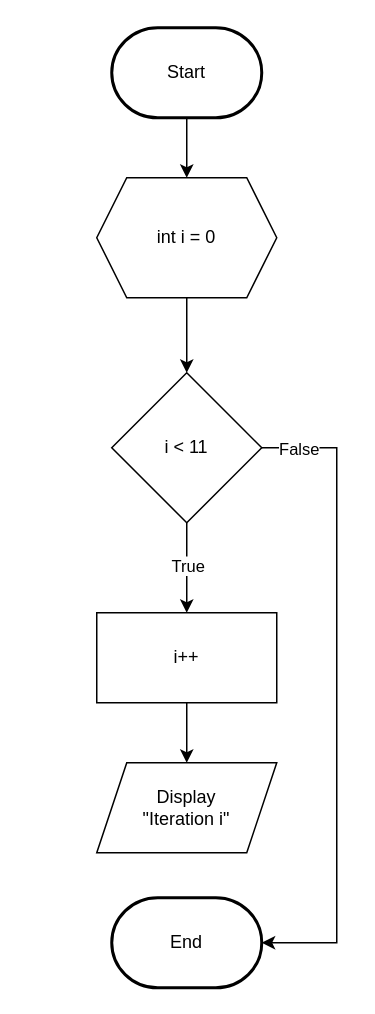
Earlier version of the draw.io diagram page "For" (4 of 6) of Flowchart_PendaModul2.drawio (elikawicaksana/BuildIT_BasisData). Source tidied: cells renumbered, new cells numbered last; positions are measured from the earlier drawing's top-left corner, leaving out a move shared by most shapes. Both pictures are drawn from the tidied source at 150%, with x=0, y=0 at pixel (96, 27).
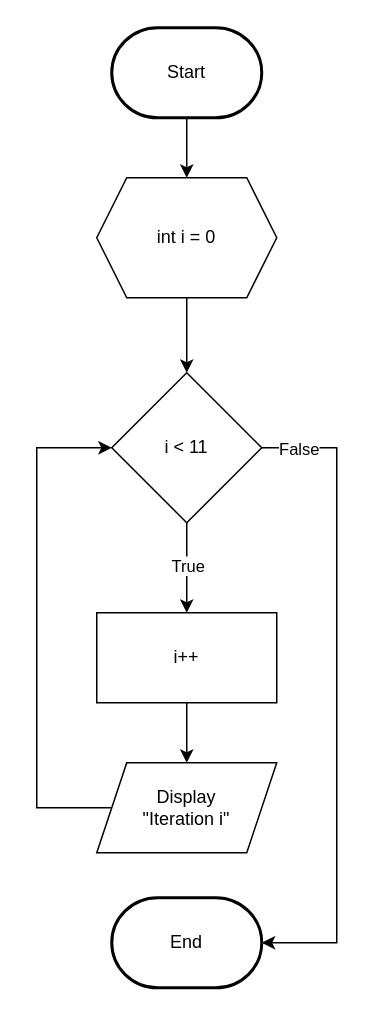
After the change.

What changed in the source:
```diff
@@
 <mxGraphModel>
   <root>
     <mxCell id="0" />
     <mxCell id="1" parent="0" />
     <mxCell id="2" style="edgeStyle=orthogonalEdgeStyle;rounded=0;jettySize=auto;html=1;entryX=0.5;entryY=0;entryDx=0;entryDy=0;" parent="1" edge="1" source="3" target="6">
       <mxGeometry relative="1" as="geometry" />
     </mxCell>
     <mxCell id="3" value="Start" style="strokeWidth=2;html=1;shape=mxgraph.flowchart.terminator;whiteSpace=wrap;" parent="1" vertex="1">
       <mxGeometry x="10" width="100" height="60" as="geometry" />
     </mxCell>
     <mxCell id="4" value="End" style="strokeWidth=2;html=1;shape=mxgraph.flowchart.terminator;whiteSpace=wrap;" parent="1" vertex="1">
       <mxGeometry x="10" y="580" width="100" height="60" as="geometry" />
     </mxCell>
     <mxCell id="5" style="edgeStyle=orthogonalEdgeStyle;rounded=0;jettySize=auto;html=1;entryX=0.5;entryY=0;entryDx=0;entryDy=0;" parent="1" edge="1" source="6" target="9">
       <mxGeometry relative="1" as="geometry" />
     </mxCell>
     <mxCell id="6" value="int i = 0" style="shape=hexagon;perimeter=hexagonPerimeter2;whiteSpace=wrap;html=1;fixedSize=1;" parent="1" vertex="1">
       <mxGeometry y="100" width="120" height="80" as="geometry" />
     </mxCell>
     <mxCell id="7" style="edgeStyle=orthogonalEdgeStyle;rounded=0;jettySize=auto;html=1;exitX=0.5;exitY=1;exitDx=0;exitDy=0;entryX=0.5;entryY=0;entryDx=0;entryDy=0;" parent="1" edge="1" source="9" target="14">
       <mxGeometry relative="1" as="geometry" />
     </mxCell>
     <mxCell id="8" value="True" style="edgeLabel;html=1;align=center;verticalAlign=middle;" parent="7" vertex="1">
       <mxGeometry x="-0.08" relative="1" as="geometry" />
     </mxCell>
     <mxCell id="9" value="i &amp;lt; 11" style="rhombus;whiteSpace=wrap;html=1;" parent="1" vertex="1">
       <mxGeometry x="10" y="230" width="100" height="100" as="geometry" />
     </mxCell>
     <mxCell id="10" style="edgeStyle=orthogonalEdgeStyle;rounded=0;jettySize=auto;html=1;exitX=1;exitY=0.5;exitDx=0;exitDy=0;entryX=1;entryY=0.5;entryDx=0;entryDy=0;entryPerimeter=0;" parent="1" edge="1" source="9" target="4">
       <mxGeometry relative="1" as="geometry">
         <Array as="points">
           <mxPoint x="160" y="280" />
           <mxPoint x="160" y="610" />
         </Array>
       </mxGeometry>
     </mxCell>
     <mxCell id="11" value="False" style="edgeLabel;html=1;align=center;verticalAlign=middle;" parent="10" vertex="1">
       <mxGeometry x="-0.89" relative="1" as="geometry" />
     </mxCell>
+    <mxCell id="15" style="edgeStyle=orthogonalEdgeStyle;rounded=0;jettySize=auto;html=1;entryX=0;entryY=0.5;entryDx=0;entryDy=0;" parent="1" edge="1" source="12" target="9">
+      <mxGeometry relative="1" as="geometry">
+        <Array as="points">
+          <mxPoint x="-40" y="520" />
+          <mxPoint x="-40" y="280" />
+        </Array>
+      </mxGeometry>
+    </mxCell>
     <mxCell id="12" value="&lt;font face=&quot;Helvetica&quot; style=&quot;font-size: 12px;&quot;&gt;Display&lt;/font&gt;&lt;div&gt;&lt;font face=&quot;Helvetica&quot; style=&quot;font-size: 12px;&quot;&gt;&quot;Iteration i&quot;&lt;/font&gt;&lt;/div&gt;" style="shape=parallelogram;perimeter=parallelogramPerimeter;whiteSpace=wrap;html=1;fixedSize=1;" parent="1" vertex="1">
       <mxGeometry y="490" width="120" height="60" as="geometry" />
     </mxCell>
     <mxCell id="13" style="edgeStyle=orthogonalEdgeStyle;rounded=0;jettySize=auto;html=1;entryX=0.5;entryY=0;entryDx=0;entryDy=0;" parent="1" edge="1" source="14" target="12">
       <mxGeometry relative="1" as="geometry" />
     </mxCell>
     <mxCell id="14" value="i++" style="rounded=0;whiteSpace=wrap;html=1;" parent="1" vertex="1">
       <mxGeometry y="390" width="120" height="60" as="geometry" />
     </mxCell>
   </root>
 </mxGraphModel>
```
